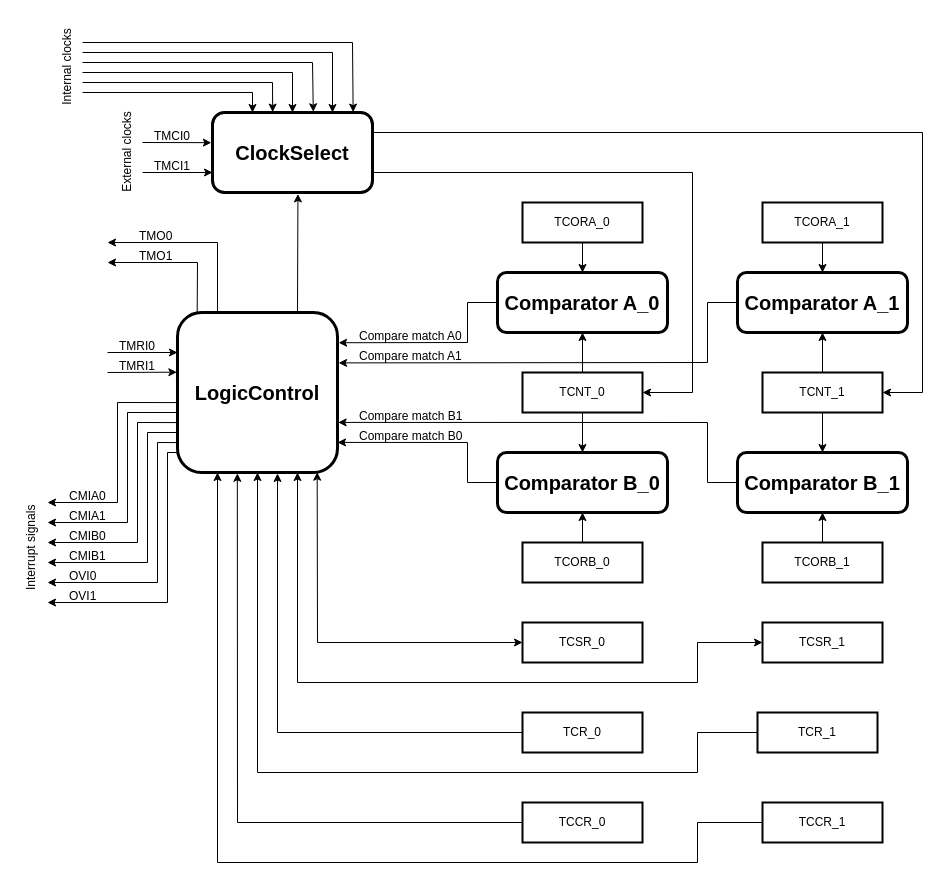
The draw.io diagram 8bit_Timer.drawio in phat-tech123/8-bit-Timer, before the edit. Source tidied: cells renumbered, new cells numbered last; positions are measured from the earlier drawing's top-left corner, leaving out a move shared by most shapes. Both pictures are drawn from the tidied source at 100%, with x=0, y=0 at pixel (-23, 42).
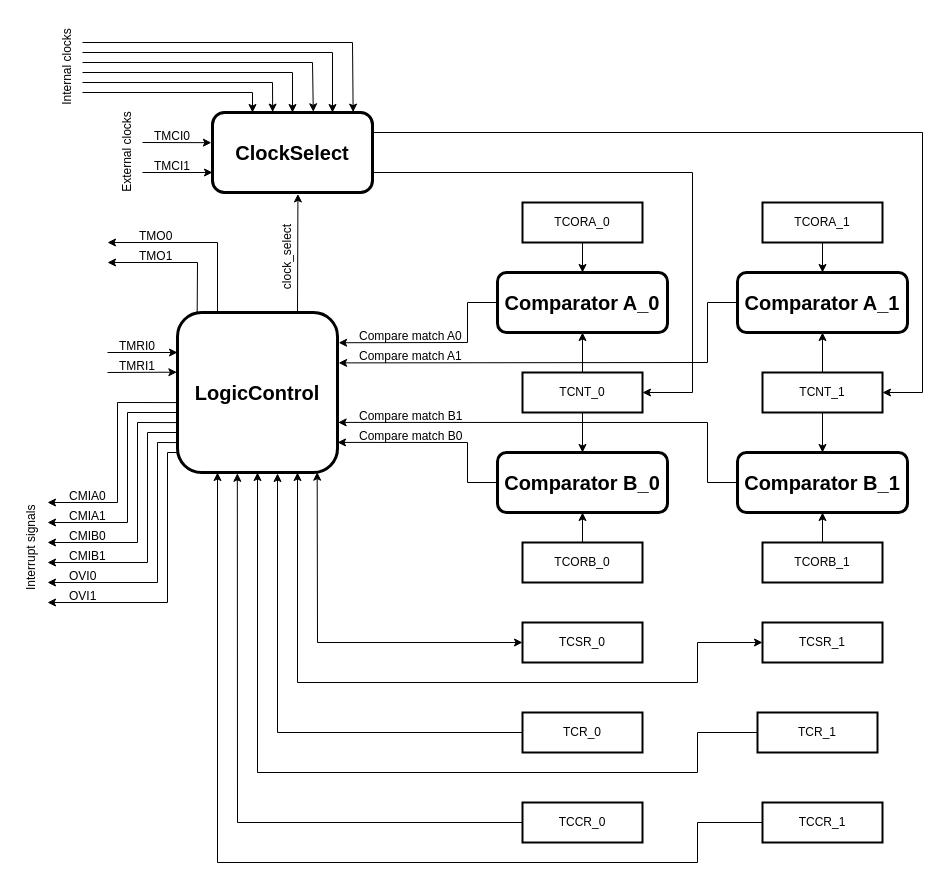
The same diagram, later.

What changed in the source:
```diff
@@
+    <mxCell id="78" value="clock_select" style="text;html=1;align=center;verticalAlign=middle;strokeColor=none;fillColor=none;rotation=-90;" parent="1" vertex="1">
+      <mxGeometry x="265" y="200" width="90" height="30" as="geometry" />
+    </mxCell>
```
